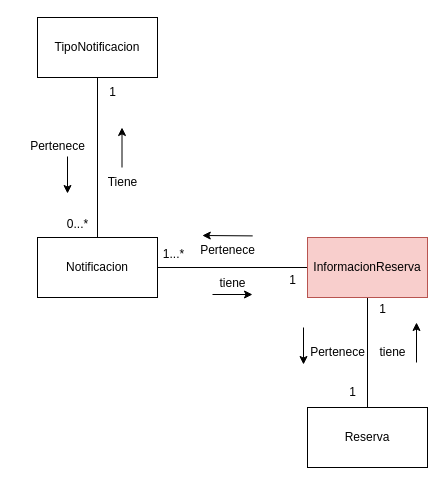
Earlier version of the draw.io diagram page "Notificaciones" (7 of 12) of Restaurante_Disenio.drawio (andrescardo98/doo). Source tidied: cells renumbered, new cells numbered last; positions are measured from the earlier drawing's top-left corner, leaving out a move shared by most shapes. Both pictures are drawn from the tidied source at 100%, with x=0, y=0 at pixel (17, 17).
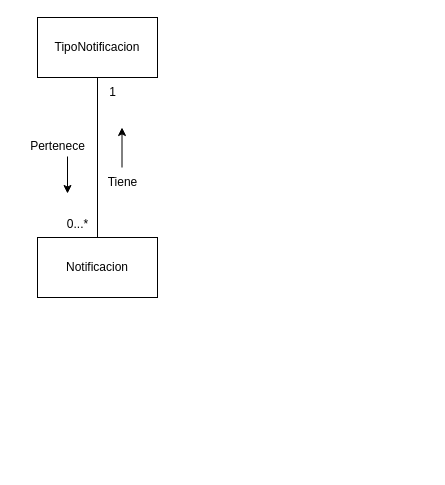
Above is the later version.

Unchanged cells that the change refers to:
```xml
<mxCell id="3" value="Notificacion" style="rounded=0;whiteSpace=wrap;html=1;" parent="1" vertex="1">
  <mxGeometry x="20" y="220" width="120" height="60" as="geometry" />
</mxCell>
```

What changed in the source:
```diff
@@
-    <mxCell id="2" style="edgeStyle=orthogonalEdgeStyle;rounded=0;jettySize=auto;html=1;exitX=1;exitY=0.5;exitDx=0;exitDy=0;entryX=0;entryY=0.5;entryDx=0;entryDy=0;endArrow=none;endFill=0;" parent="1" edge="1" source="3" target="14">
-      <mxGeometry relative="1" as="geometry" />
-    </mxCell>
@@
-    <mxCell id="12" style="edgeStyle=orthogonalEdgeStyle;rounded=0;jettySize=auto;html=1;exitX=0.5;exitY=0;exitDx=0;exitDy=0;entryX=0.5;entryY=1;entryDx=0;entryDy=0;endArrow=none;endFill=0;" parent="1" edge="1" source="13" target="14">
-      <mxGeometry relative="1" as="geometry" />
-    </mxCell>
-    <mxCell id="13" value="Reserva" style="rounded=0;whiteSpace=wrap;html=1;" parent="1" vertex="1">
-      <mxGeometry x="290" y="390" width="120" height="60" as="geometry" />
-    </mxCell>
-    <mxCell id="14" value="InformacionReserva" style="rounded=0;whiteSpace=wrap;html=1;fillColor=#f8cecc;strokeColor=#b85450;" parent="1" vertex="1">
-      <mxGeometry x="290" y="220" width="120" height="60" as="geometry" />
-    </mxCell>
-    <mxCell id="15" value="tiene" style="text;html=1;align=center;verticalAlign=middle;strokeColor=none;fillColor=none;" parent="1" vertex="1">
-      <mxGeometry x="190" y="251" width="50" height="30" as="geometry" />
-    </mxCell>
-    <mxCell id="16" value="1...*" style="text;html=1;align=center;verticalAlign=middle;strokeColor=none;fillColor=none;" parent="1" vertex="1">
-      <mxGeometry x="136" y="222" width="40" height="30" as="geometry" />
-    </mxCell>
-    <mxCell id="17" style="endArrow=classic;html=1;rounded=0;" parent="1" edge="1">
-      <mxGeometry relative="1" as="geometry">
-        <mxPoint x="195" y="277" as="sourcePoint" />
-        <mxPoint x="235" y="277" as="targetPoint" />
-      </mxGeometry>
-    </mxCell>
-    <mxCell id="18" value="Pertenece" style="text;html=1;align=center;verticalAlign=middle;strokeColor=none;fillColor=none;" parent="1" vertex="1">
-      <mxGeometry x="170" y="218" width="80" height="30" as="geometry" />
-    </mxCell>
-    <mxCell id="19" style="endArrow=classic;html=1;rounded=0;entryX=-0.008;entryY=0.053;entryDx=0;entryDy=0;entryPerimeter=0;" parent="1" edge="1">
-      <mxGeometry relative="1" as="geometry">
-        <mxPoint x="235.2" y="218.4" as="sourcePoint" />
-        <mxPoint x="184.8" y="218" as="targetPoint" />
-      </mxGeometry>
-    </mxCell>
-    <mxCell id="20" value="1" style="text;html=1;align=center;verticalAlign=middle;strokeColor=none;fillColor=none;" parent="1" vertex="1">
-      <mxGeometry x="260" y="248" width="30" height="30" as="geometry" />
-    </mxCell>
-    <mxCell id="21" value="Pertenece" style="text;html=1;align=center;verticalAlign=middle;strokeColor=none;fillColor=none;" parent="1" vertex="1">
-      <mxGeometry x="280" y="320" width="80" height="30" as="geometry" />
-    </mxCell>
-    <mxCell id="22" style="endArrow=classic;html=1;rounded=0;" parent="1" edge="1">
-      <mxGeometry relative="1" as="geometry">
-        <mxPoint x="286" y="310" as="sourcePoint" />
-        <mxPoint x="286" y="347" as="targetPoint" />
-      </mxGeometry>
-    </mxCell>
-    <mxCell id="23" value="tiene" style="text;html=1;align=center;verticalAlign=middle;strokeColor=none;fillColor=none;" parent="1" vertex="1">
-      <mxGeometry x="350" y="320" width="50" height="30" as="geometry" />
-    </mxCell>
-    <mxCell id="24" style="endArrow=classic;html=1;rounded=0;" parent="1" edge="1">
-      <mxGeometry relative="1" as="geometry">
-        <mxPoint x="399" y="345" as="sourcePoint" />
-        <mxPoint x="399" y="305" as="targetPoint" />
-      </mxGeometry>
-    </mxCell>
-    <mxCell id="25" value="1" style="text;html=1;align=center;verticalAlign=middle;strokeColor=none;fillColor=none;" parent="1" vertex="1">
-      <mxGeometry x="320" y="360" width="30" height="30" as="geometry" />
-    </mxCell>
-    <mxCell id="26" value="1" style="text;html=1;align=center;verticalAlign=middle;strokeColor=none;fillColor=none;" parent="1" vertex="1">
-      <mxGeometry x="350" y="277" width="30" height="30" as="geometry" />
-    </mxCell>
```
